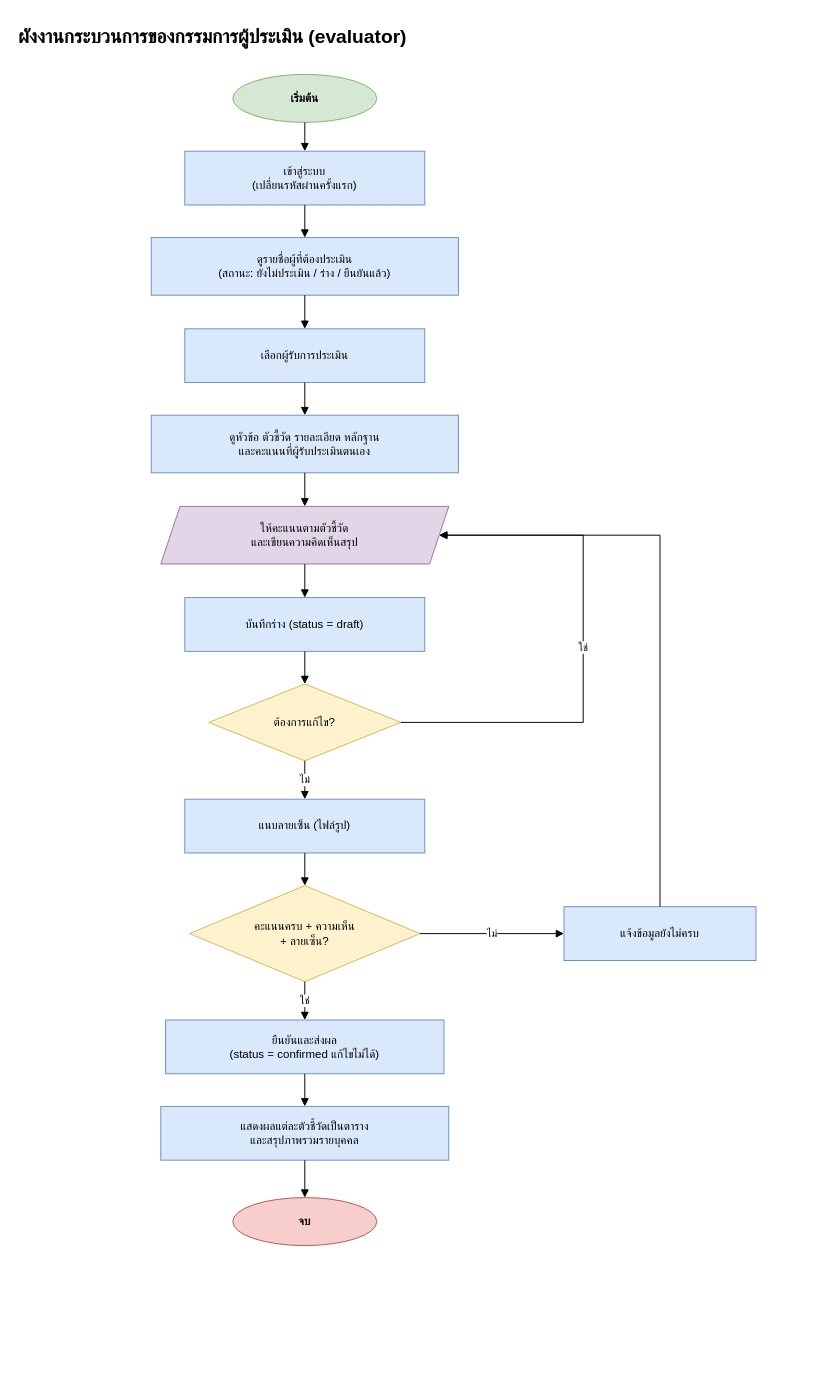
The draw.io diagram page "1.4 กรรมการผู้ประเมิน" (4 of 5) of คู่มือซ้อม-2569/งานออกแบบ/1-ผังงาน.drawio in pushsuker/pic-skill-v4, before the edit. Source tidied: cells renumbered, new cells numbered last; positions are measured from the earlier drawing's top-left corner, leaving out a move shared by most shapes. Both pictures are drawn from the tidied source at 96%, with x=0, y=0 at pixel (16, 16).
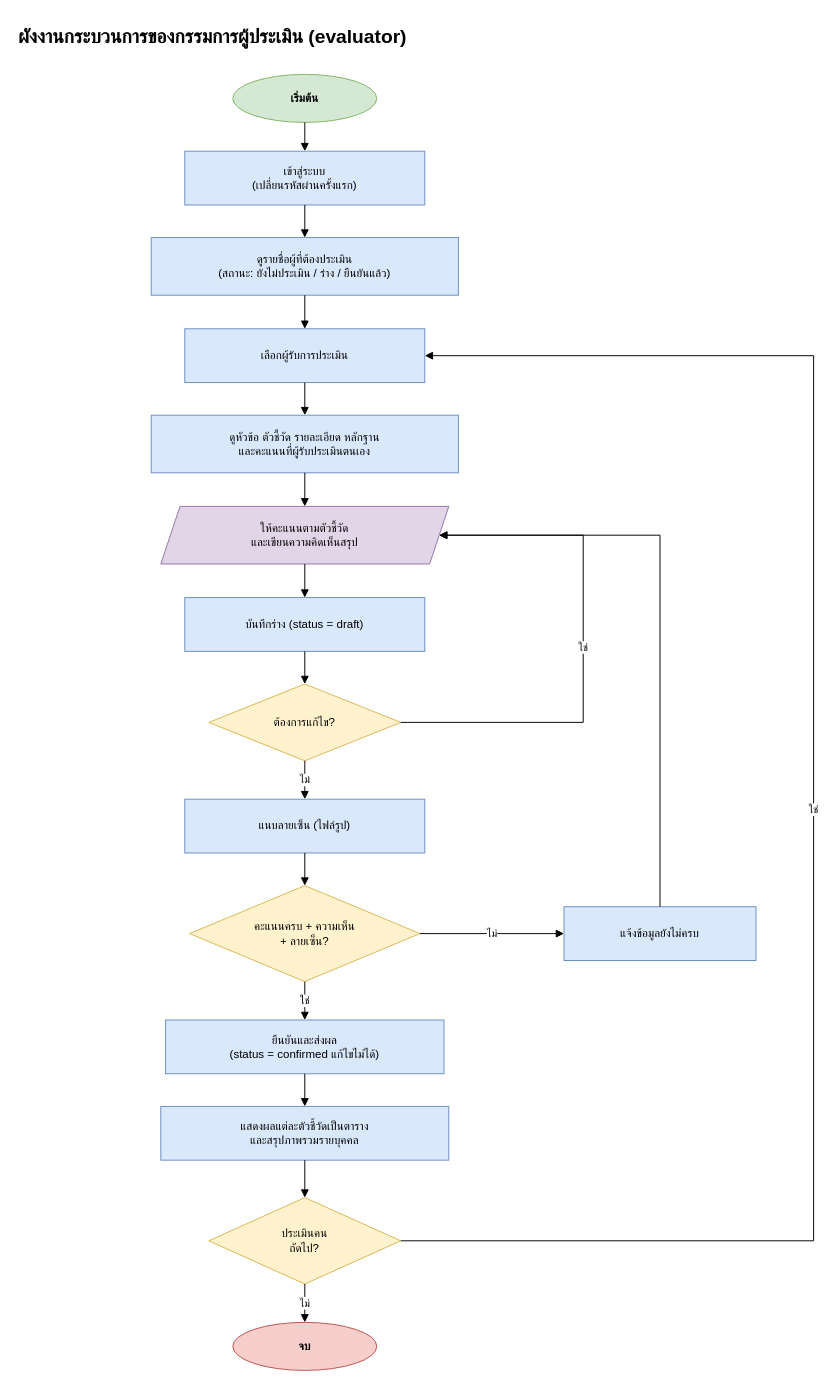
After the change.

The change refers to these unchanged cells:
```xml
<mxCell id="6" value="เลือกผู้รับการประเมิน" style="rounded=0;whiteSpace=wrap;html=1;fillColor=#dae8fc;strokeColor=#6c8ebf;" parent="1" vertex="1">
  <mxGeometry x="175" y="325" width="250" height="56" as="geometry" />
</mxCell>
<mxCell id="15" value="แสดงผลแต่ละตัวชี้วัดเป็นตาราง&lt;br&gt;และสรุปภาพรวมรายบุคคล" style="rounded=0;whiteSpace=wrap;html=1;fillColor=#dae8fc;strokeColor=#6c8ebf;" parent="1" vertex="1">
  <mxGeometry x="150" y="1135" width="300" height="56" as="geometry" />
</mxCell>
```

The edit, as a diff of the source:
```diff
@@
     <mxCell id="16" value="จบ" style="ellipse;whiteSpace=wrap;html=1;fillColor=#f8cecc;strokeColor=#b85450;fontStyle=1;" parent="1" vertex="1">
-      <mxGeometry x="225" y="1230" width="150" height="50" as="geometry" />
+      <mxGeometry x="225" y="1360" width="150" height="50" as="geometry" />
     </mxCell>
@@
-    <mxCell id="31" style="edgeStyle=orthogonalEdgeStyle;rounded=0;html=1;endArrow=block;endFill=1;exitX=0.5;exitY=1;entryX=0.5;entryY=0;" parent="1" edge="1" source="15" target="16">
+    <mxCell id="31" style="edgeStyle=orthogonalEdgeStyle;rounded=0;html=1;endArrow=block;endFill=1;exitX=0.5;exitY=1;entryX=0.5;entryY=0;" parent="1" edge="1" source="15" target="32">
       <mxGeometry relative="1" as="geometry" />
     </mxCell>
+    <mxCell id="32" value="ประเมินคน&lt;br&gt;ถัดไป?" style="rhombus;whiteSpace=wrap;html=1;fillColor=#fff2cc;strokeColor=#d6b656;" parent="1" vertex="1">
+      <mxGeometry x="200" y="1230" width="200" height="90" as="geometry" />
+    </mxCell>
+    <mxCell id="33" value="ไม่" style="edgeStyle=orthogonalEdgeStyle;rounded=0;html=1;endArrow=block;endFill=1;exitX=0.5;exitY=1;entryX=0.5;entryY=0;" parent="1" edge="1" source="32" target="16">
+      <mxGeometry relative="1" as="geometry" />
+    </mxCell>
+    <mxCell id="34" value="ใช่" style="edgeStyle=orthogonalEdgeStyle;rounded=0;html=1;endArrow=block;endFill=1;exitX=1;exitY=0.5;entryX=1;entryY=0.5;" parent="1" edge="1" source="32" target="6">
+      <mxGeometry relative="1" as="geometry">
+        <Array as="points">
+          <mxPoint x="830" y="1275" />
+          <mxPoint x="830" y="353" />
+        </Array>
+      </mxGeometry>
+    </mxCell>
```
